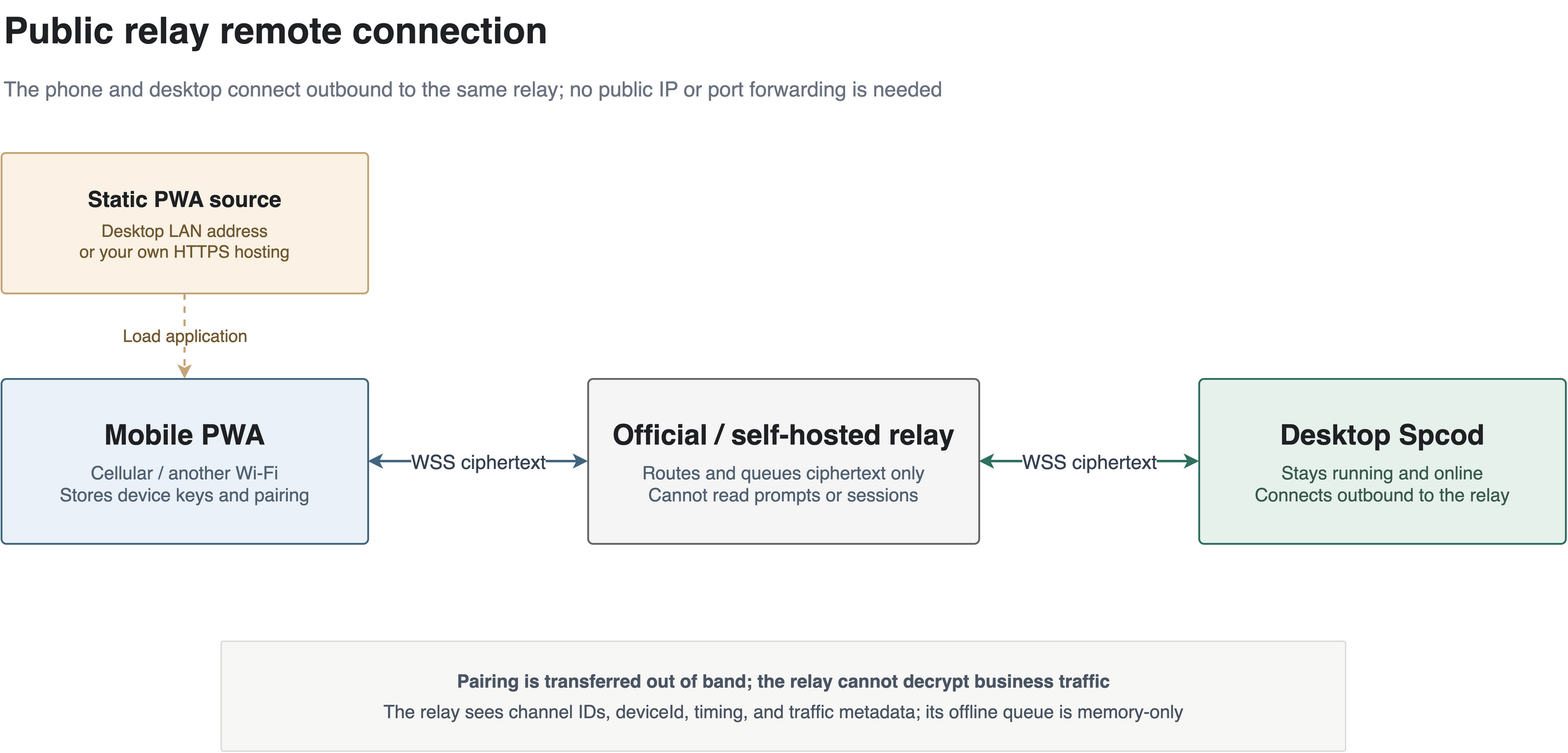
spcodhu/Spcode keeps this draw.io diagram as docs/assets/remote-connection/public-en.drawio.png. Above is the earlier version. Source tidied: cells renumbered, new cells last; positions are measured from the earlier drawing's top-left corner, leaving out a move shared by most shapes.
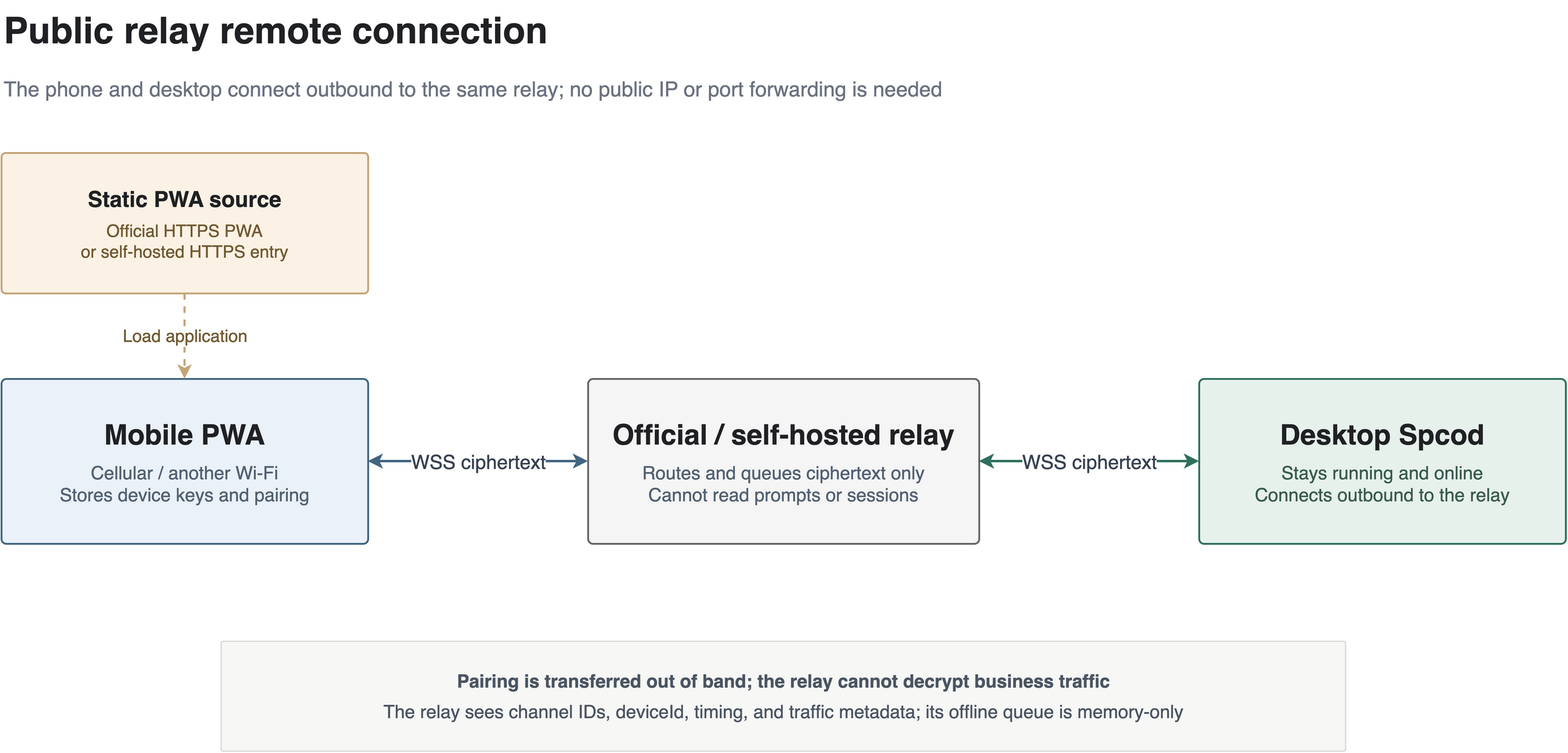
The same diagram one commit later.

Change to the diagram source:
```diff
@@ -8,7 +8,7 @@
     <mxCell id="3" value="The phone and desktop connect outbound to the same relay; no public IP or port forwarding is needed" style="text;html=1;whiteSpace=wrap;align=left;verticalAlign=middle;fontSize=17;fontColor=#6B7280;fontFamily=Helvetica;" parent="1" vertex="1">
       <mxGeometry y="55" width="1280" height="35" as="geometry" />
     </mxCell>
-    <mxCell id="4" value="&lt;div style=&quot;font-size:18px&quot;&gt;&lt;b&gt;Static PWA source&lt;/b&gt;&lt;/div&gt;&lt;div style=&quot;font-size:14px;color:#725A32;margin-top:7px&quot;&gt;Desktop LAN address&lt;br&gt;or your own HTTPS hosting&lt;/div&gt;" style="rounded=1;arcSize=3;whiteSpace=wrap;html=1;fillColor=#FBF2E5;strokeColor=#C5A477;strokeWidth=1.5;fontColor=#202124;fontFamily=Helvetica;align=center;verticalAlign=middle;spacing=10;" parent="1" vertex="1">
+    <mxCell id="4" value="&lt;div style=&quot;font-size:18px&quot;&gt;&lt;b&gt;Static PWA source&lt;/b&gt;&lt;/div&gt;&lt;div style=&quot;font-size:14px;color:#725A32;margin-top:7px&quot;&gt;Official HTTPS PWA&lt;br&gt;or self-hosted HTTPS entry&lt;/div&gt;" style="rounded=1;arcSize=3;whiteSpace=wrap;html=1;fillColor=#FBF2E5;strokeColor=#C5A477;strokeWidth=1.5;fontColor=#202124;fontFamily=Helvetica;align=center;verticalAlign=middle;spacing=10;" parent="1" vertex="1">
       <mxGeometry y="125" width="300" height="115" as="geometry" />
     </mxCell>
     <mxCell id="5" value="&lt;div style=&quot;font-size:23px&quot;&gt;&lt;b&gt;Mobile PWA&lt;/b&gt;&lt;/div&gt;&lt;div style=&quot;font-size:15px;color:#526172;margin-top:8px&quot;&gt;Cellular / another Wi-Fi&lt;br&gt;Stores device keys and pairing&lt;/div&gt;" style="rounded=1;arcSize=3;whiteSpace=wrap;html=1;fillColor=#EAF1F8;strokeColor=#426580;strokeWidth=1.5;fontColor=#202124;fontFamily=Helvetica;align=center;verticalAlign=middle;spacing=12;" parent="1" vertex="1">
```
